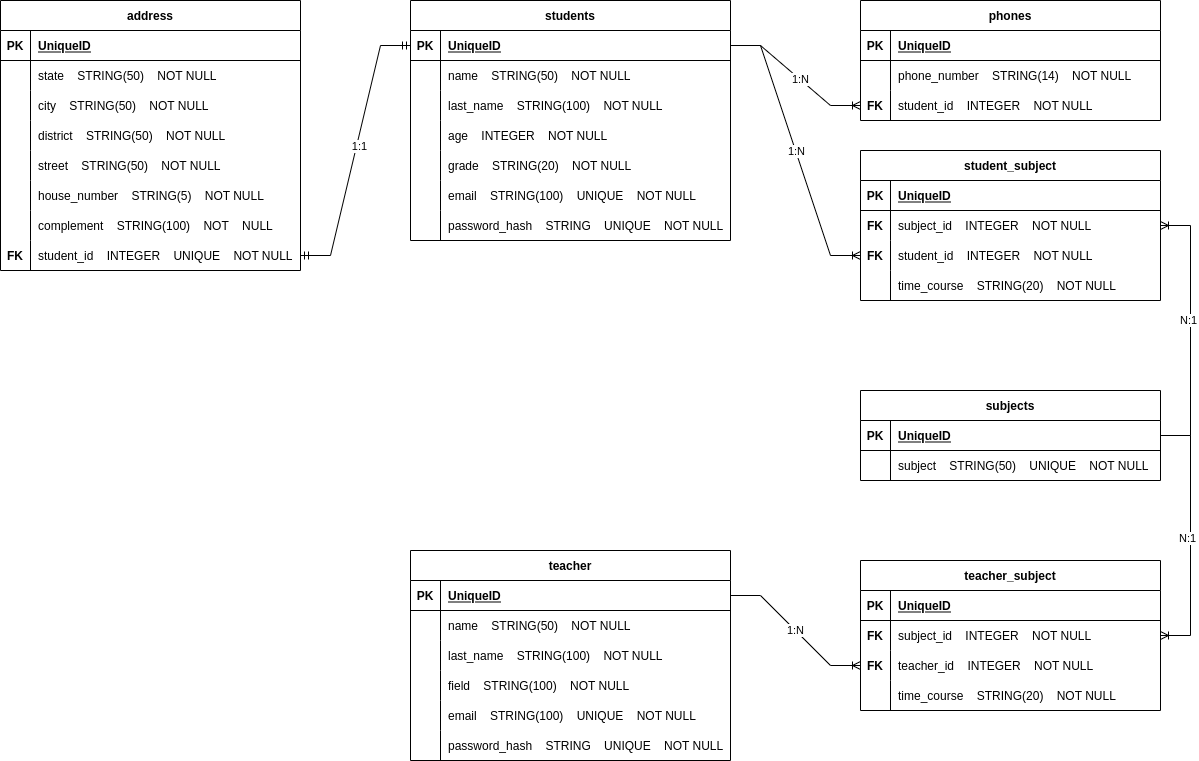
The draw.io diagram Relationship Diagram.png in gabrieldosprazeres/e-plus, before a commit. Source tidied: cells renumbered, new cells last; positions are measured from the earlier drawing's top-left corner, leaving out a move shared by most shapes.
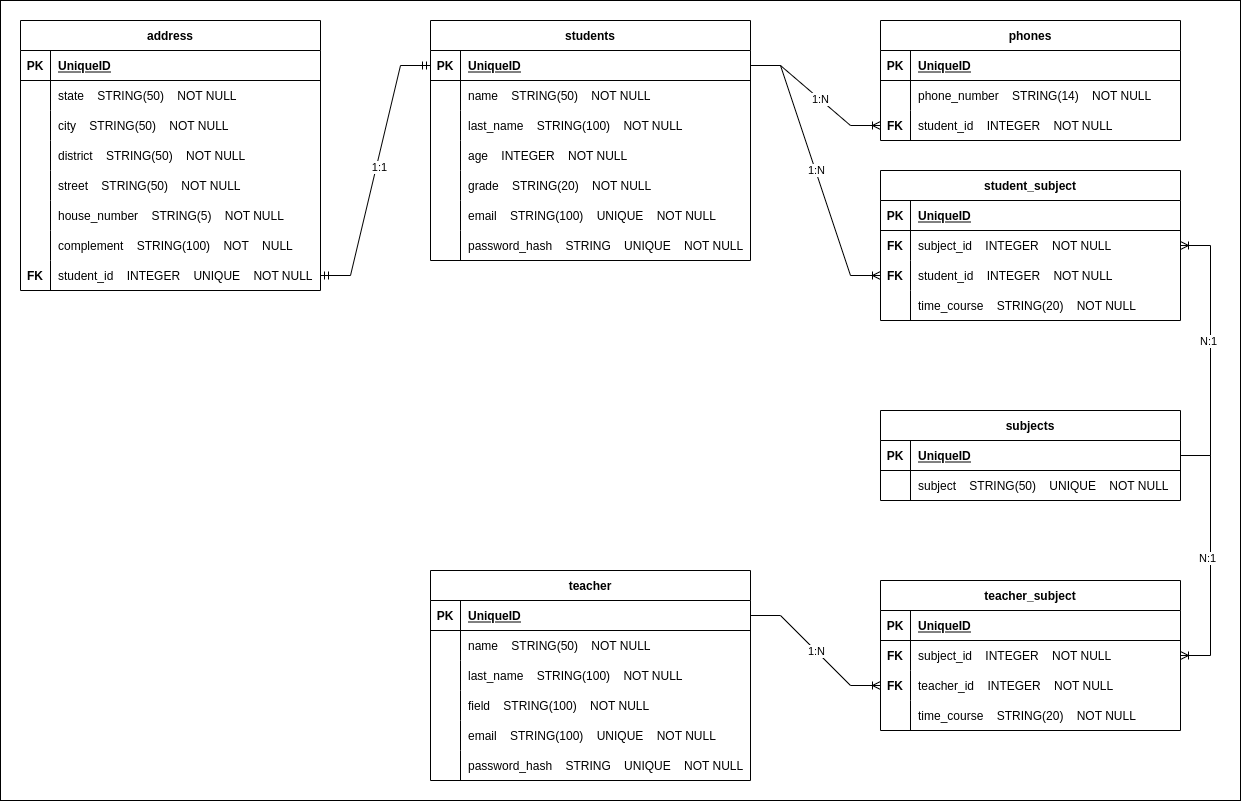
After the change.

Commit message:
Updating Relationship Diagram

Change to the diagram source:
```diff
@@ -2,6 +2,9 @@
   <root>
     <mxCell id="0" />
     <mxCell id="1" parent="0" />
+    <mxCell id="123" style="rounded=0;whiteSpace=wrap;html=1;fillColor=#FFFFFF;" parent="1" vertex="1">
+      <mxGeometry x="-20" y="-20" width="1240" height="800" as="geometry" />
+    </mxCell>
     <mxCell id="2" value="students" style="shape=table;startSize=30;rowLines=0;fontStyle=1;align=center;" parent="1" vertex="1">
       <mxGeometry x="410" width="320" height="240" as="geometry" />
     </mxCell>
@@ -131,7 +134,7 @@
     <mxCell id="44" value="1:N" style="edgeLabel;html=1;align=center;verticalAlign=middle;" parent="43" vertex="1">
       <mxGeometry x="0.08" relative="1" as="geometry" />
     </mxCell>
-    <mxCell id="45" value="address" style="shape=table;startSize=30;rowLines=0;fontStyle=1;align=center;" parent="1" vertex="1">
+    <mxCell id="45" value="address" style="shape=table;startSize=30;rowLines=0;fontStyle=1;align=center;fillColor=#FFFFFF;" parent="1" vertex="1">
       <mxGeometry width="300" height="270" as="geometry" />
     </mxCell>
     <mxCell id="46" style="shape=partialRectangle;fillColor=none;top=0;left=0;bottom=1;right=0;" parent="45" vertex="1">
```
